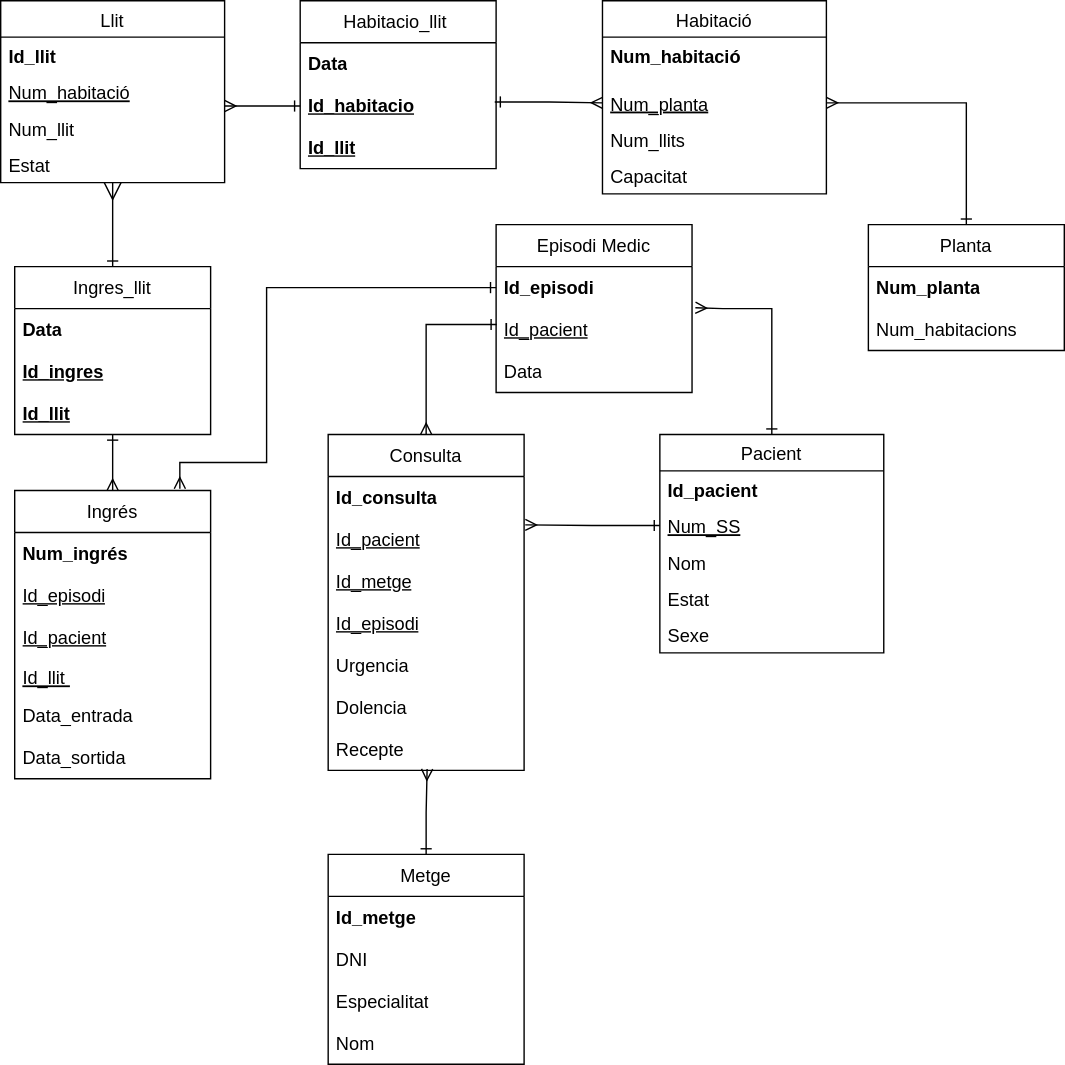
The draw.io diagram BBDD/Schema/DreamTeamHospitalBBDD.drawio.svg in Kumigaoo/VitalTech_App, before a commit. Source tidied: cells renumbered, new cells last; positions are measured from the earlier drawing's top-left corner, leaving out a move shared by most shapes.
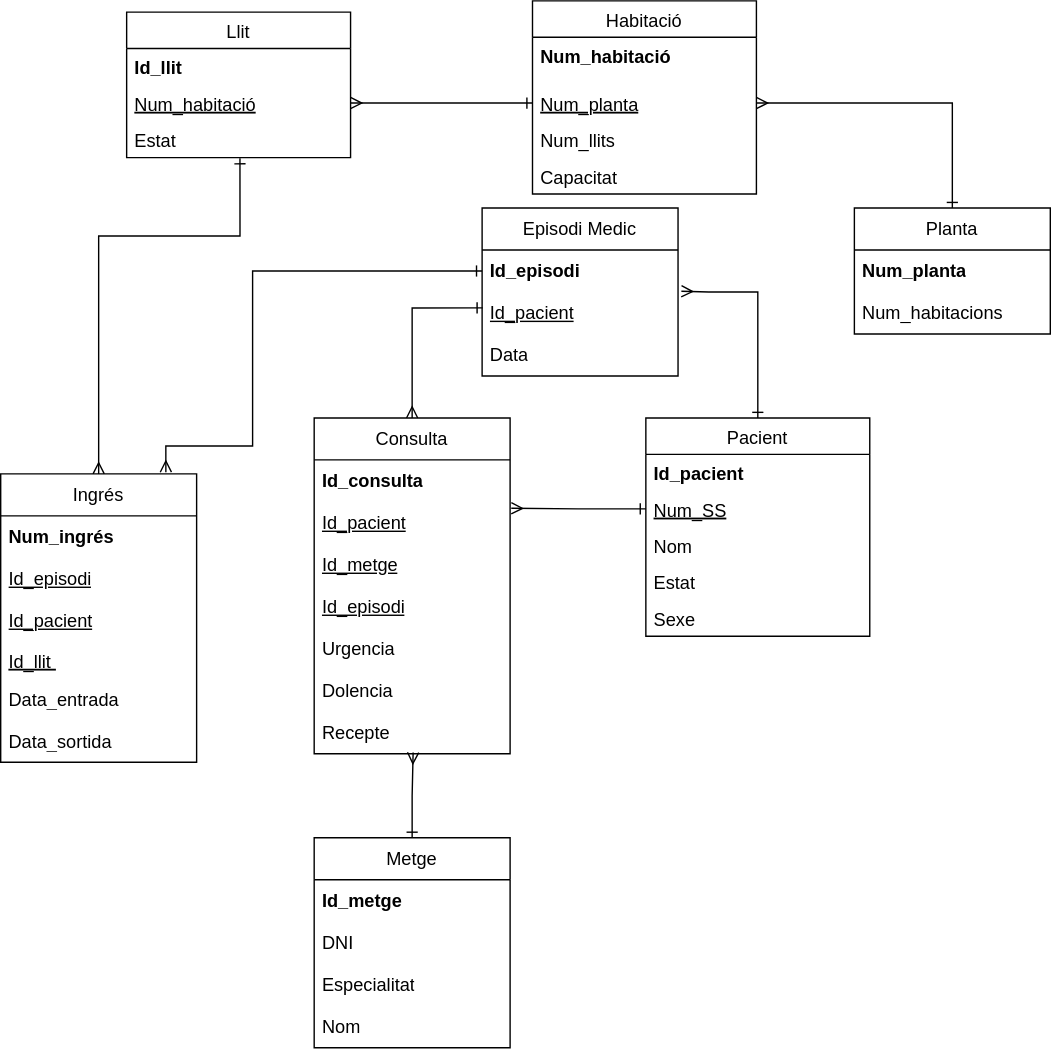
Above is the later version.

Commit message:
Actualización esquema BD 2

Change to the diagram source:
```diff
@@ -3,7 +3,7 @@
     <mxCell id="0" />
     <mxCell id="1" parent="0" />
     <mxCell id="2" value="Llit" style="swimlane;fontStyle=0;align=center;verticalAlign=top;horizontal=1;startSize=26;rounded=0;shadow=0;strokeWidth=1;fontSize=13;" parent="1" vertex="1">
-      <mxGeometry width="160" height="130" as="geometry" />
+      <mxGeometry x="100" y="20" width="160" height="104" as="geometry" />
     </mxCell>
     <mxCell id="3" value="Id_llit" style="text;align=left;verticalAlign=top;spacingLeft=4;spacingRight=4;overflow=hidden;fontStyle=1;fontSize=13;" parent="2" vertex="1">
       <mxGeometry y="26" width="160" height="26" as="geometry" />
@@ -11,11 +11,8 @@
     <mxCell id="4" value="Num_habitació" style="text;align=left;verticalAlign=top;spacingLeft=4;spacingRight=4;overflow=hidden;points=[[0,0.5],[1,0.5]];portConstraint=eastwest;rounded=0;shadow=0;html=0;fontStyle=4;labelBorderColor=none;fontSize=13;" parent="2" vertex="1">
       <mxGeometry y="52" width="160" height="26" as="geometry" />
     </mxCell>
-    <mxCell id="5" value="Num_llit" style="text;align=left;verticalAlign=top;spacingLeft=4;spacingRight=4;overflow=hidden;rounded=0;shadow=0;html=0;fontStyle=0;labelBorderColor=none;fontSize=13;" parent="2" vertex="1">
-      <mxGeometry y="78" width="160" height="26" as="geometry" />
-    </mxCell>
     <mxCell id="6" value="Estat" style="text;align=left;verticalAlign=top;spacingLeft=4;spacingRight=4;overflow=hidden;points=[[0,0.5],[1,0.5]];portConstraint=eastwest;rounded=0;shadow=0;html=0;fontStyle=0;labelBorderColor=none;fontSize=13;" parent="2" vertex="1">
-      <mxGeometry y="104" width="160" height="26" as="geometry" />
+      <mxGeometry y="78" width="160" height="26" as="geometry" />
     </mxCell>
     <mxCell id="7" style="edgeStyle=orthogonalEdgeStyle;rounded=0;jettySize=auto;html=1;startArrow=ERone;startFill=0;endArrow=ERmany;endFill=0;entryX=1.006;entryY=0.152;entryDx=0;entryDy=0;fontStyle=0;fontSize=13;entryPerimeter=0;" parent="1" edge="1" source="10" target="41">
       <mxGeometry relative="1" as="geometry" />
@@ -38,17 +35,8 @@
     <mxCell id="13" value="Sexe" style="text;align=left;verticalAlign=top;spacingLeft=4;spacingRight=4;overflow=hidden;fontStyle=0;fontSize=13;" parent="8" vertex="1">
       <mxGeometry y="130" width="160" height="26" as="geometry" />
     </mxCell>
-    <mxCell id="14" style="endArrow=ERmany;endSize=10;endFill=0;shadow=0;strokeWidth=1;rounded=0;curved=0;edgeStyle=elbowEdgeStyle;elbow=vertical;startArrow=ERone;startFill=0;fontStyle=0;exitX=0.5;exitY=0;exitDx=0;exitDy=0;fontSize=13;" parent="1" edge="1" source="54" target="2">
-      <mxGeometry relative="1" as="geometry">
-        <Array as="points">
-          <mxPoint x="80" y="170" />
-          <mxPoint x="84" y="340" />
-          <mxPoint x="144" y="410" />
-        </Array>
-      </mxGeometry>
-    </mxCell>
     <mxCell id="15" value="Habitació" style="swimlane;fontStyle=0;align=center;verticalAlign=top;horizontal=1;startSize=26;rounded=0;shadow=0;strokeWidth=1;fontSize=13;" parent="1" vertex="1">
-      <mxGeometry x="430" width="160" height="138" as="geometry" />
+      <mxGeometry x="390" y="12" width="160" height="138" as="geometry" />
     </mxCell>
     <mxCell id="16" value="Num_habitació" style="text;align=left;verticalAlign=top;spacingLeft=4;spacingRight=4;overflow=hidden;rounded=0;shadow=0;html=0;fontStyle=1;fontSize=13;" parent="15" vertex="1">
       <mxGeometry y="26" width="160" height="34" as="geometry" />
@@ -62,11 +50,6 @@
     <mxCell id="19" value="Capacitat" style="text;align=left;verticalAlign=top;spacingLeft=4;spacingRight=4;overflow=hidden;rounded=0;shadow=0;html=0;fontStyle=0;fontSize=13;" parent="15" vertex="1">
       <mxGeometry y="112" width="160" height="26" as="geometry" />
     </mxCell>
-    <mxCell id="20" style="endArrow=ERone;shadow=0;strokeWidth=1;rounded=0;curved=0;endFill=0;edgeStyle=elbowEdgeStyle;elbow=vertical;startArrow=ERmany;startFill=0;fontStyle=0;entryX=0;entryY=0.5;entryDx=0;entryDy=0;fontSize=13;" parent="1" edge="1" source="2" target="60">
-      <mxGeometry x="0.5" y="41" relative="1" as="geometry">
-        <mxPoint x="-40" y="32" as="offset" />
-      </mxGeometry>
-    </mxCell>
     <mxCell id="21" value="Metge" style="swimlane;fontStyle=0;horizontal=1;startSize=30;whiteSpace=wrap;html=1;fontSize=13;" parent="1" vertex="1">
       <mxGeometry x="234" y="610" width="140" height="150" as="geometry" />
     </mxCell>
@@ -82,9 +65,12 @@
     <mxCell id="25" value="Nom" style="text;strokeColor=none;fillColor=none;align=left;verticalAlign=middle;spacingLeft=4;spacingRight=4;overflow=hidden;whiteSpace=wrap;html=1;fontStyle=0;fontSize=13;" parent="21" vertex="1">
       <mxGeometry y="120" width="140" height="30" as="geometry" />
     </mxCell>
-    <mxCell id="26" style="edgeStyle=orthogonalEdgeStyle;rounded=0;jettySize=auto;html=1;exitX=0.5;exitY=0;exitDx=0;exitDy=0;startArrow=ERmany;startFill=0;endArrow=ERone;endFill=0;fontSize=13;fontStyle=0;" parent="1" edge="1" source="27">
+    <mxCell id="26" style="edgeStyle=orthogonalEdgeStyle;rounded=0;jettySize=auto;html=1;exitX=0.5;exitY=0;exitDx=0;exitDy=0;startArrow=ERmany;startFill=0;endArrow=ERone;endFill=0;fontSize=13;fontStyle=0;entryX=0.506;entryY=1.016;entryDx=0;entryDy=0;entryPerimeter=0;" parent="1" edge="1" source="27" target="6">
       <mxGeometry relative="1" as="geometry">
-        <mxPoint x="80" y="310" as="targetPoint" />
+        <Array as="points">
+          <mxPoint x="80" y="180" />
+          <mxPoint x="181" y="180" />
+        </Array>
       </mxGeometry>
     </mxCell>
     <mxCell id="27" value="Ingrés" style="swimlane;fontStyle=0;horizontal=1;startSize=30;whiteSpace=wrap;html=1;fontSize=13;" parent="1" vertex="1">
@@ -183,32 +169,8 @@
         </Array>
       </mxGeometry>
     </mxCell>
-    <mxCell id="54" value="Ingres_llit" style="swimlane;fontStyle=0;horizontal=1;startSize=30;whiteSpace=wrap;html=1;fontSize=13;" parent="1" vertex="1">
-      <mxGeometry x="10" y="190" width="140" height="120" as="geometry" />
-    </mxCell>
-    <mxCell id="55" value="&lt;span class=&quot;ui-provider a b c d e f g h i j k l m n o p q r s t u v w x y z ab ac ae af ag ah ai aj ak&quot; dir=&quot;ltr&quot; style=&quot;font-size: 13px;&quot;&gt;&lt;strong style=&quot;font-size: 13px;&quot;&gt;Data&lt;/strong&gt;&lt;/span&gt;" style="text;strokeColor=none;fillColor=none;align=left;verticalAlign=middle;spacingLeft=4;spacingRight=4;overflow=hidden;whiteSpace=wrap;html=1;fontStyle=0;fontSize=13;" parent="54" vertex="1">
-      <mxGeometry y="30" width="140" height="30" as="geometry" />
-    </mxCell>
-    <mxCell id="56" value="&lt;strong style=&quot;font-size: 13px;&quot;&gt;&lt;u style=&quot;font-size: 13px;&quot;&gt;Id_ingres&lt;/u&gt;&lt;/strong&gt;" style="text;strokeColor=none;fillColor=none;align=left;verticalAlign=middle;spacingLeft=4;spacingRight=4;overflow=hidden;whiteSpace=wrap;html=1;fontStyle=0;fontSize=13;" parent="54" vertex="1">
-      <mxGeometry y="60" width="140" height="30" as="geometry" />
-    </mxCell>
-    <mxCell id="57" value="&lt;strong style=&quot;font-size: 13px;&quot;&gt;&lt;u style=&quot;font-size: 13px;&quot;&gt;Id_llit&lt;/u&gt;&lt;/strong&gt;" style="text;strokeColor=none;fillColor=none;align=left;verticalAlign=middle;spacingLeft=4;spacingRight=4;overflow=hidden;whiteSpace=wrap;html=1;fontStyle=0;fontSize=13;" parent="54" vertex="1">
-      <mxGeometry y="90" width="140" height="30" as="geometry" />
-    </mxCell>
-    <mxCell id="58" value="&lt;span class=&quot;ui-provider a b c d e f g h i j k l m n o p q r s t u v w x y z ab ac ae af ag ah ai aj ak&quot; dir=&quot;ltr&quot; style=&quot;font-size: 13px;&quot;&gt;Habitacio_llit&amp;nbsp;&lt;/span&gt;" style="swimlane;fontStyle=0;horizontal=1;startSize=30;whiteSpace=wrap;html=1;fontSize=13;" parent="1" vertex="1">
-      <mxGeometry x="214" width="140" height="120" as="geometry" />
-    </mxCell>
-    <mxCell id="59" value="&lt;span class=&quot;ui-provider a b c d e f g h i j k l m n o p q r s t u v w x y z ab ac ae af ag ah ai aj ak&quot; dir=&quot;ltr&quot; style=&quot;font-size: 13px;&quot;&gt;&lt;strong style=&quot;font-size: 13px;&quot;&gt;Data&lt;/strong&gt;&lt;/span&gt;" style="text;strokeColor=none;fillColor=none;align=left;verticalAlign=middle;spacingLeft=4;spacingRight=4;overflow=hidden;whiteSpace=wrap;html=1;fontStyle=0;fontSize=13;" parent="58" vertex="1">
-      <mxGeometry y="30" width="140" height="30" as="geometry" />
-    </mxCell>
-    <mxCell id="60" value="&lt;span dir=&quot;ltr&quot; class=&quot;ui-provider a b c d e f g h i j k l m n o p q r s t u v w x y z ab ac ae af ag ah ai aj ak&quot; style=&quot;font-size: 13px;&quot;&gt;&lt;strong style=&quot;font-size: 13px;&quot;&gt;Id_habitacio&lt;/strong&gt;&lt;/span&gt;" style="text;strokeColor=none;fillColor=none;align=left;verticalAlign=middle;spacingLeft=4;spacingRight=4;overflow=hidden;points=[[0,0.5],[1,0.5]];portConstraint=eastwest;whiteSpace=wrap;html=1;fontStyle=4;fontSize=13;" parent="58" vertex="1">
-      <mxGeometry y="60" width="140" height="30" as="geometry" />
-    </mxCell>
-    <mxCell id="61" value="&lt;strong style=&quot;font-size: 13px;&quot;&gt;&lt;u style=&quot;font-size: 13px;&quot;&gt;Id_llit&lt;/u&gt;&lt;/strong&gt;" style="text;strokeColor=none;fillColor=none;align=left;verticalAlign=middle;spacingLeft=4;spacingRight=4;overflow=hidden;whiteSpace=wrap;html=1;fontStyle=0;fontSize=13;" parent="58" vertex="1">
-      <mxGeometry y="90" width="140" height="30" as="geometry" />
-    </mxCell>
-    <mxCell id="62" style="edgeStyle=orthogonalEdgeStyle;rounded=0;jettySize=auto;html=1;exitX=0.993;exitY=0.412;exitDx=0;exitDy=0;entryX=0;entryY=0.5;entryDx=0;entryDy=0;endArrow=ERmany;endFill=0;startArrow=ERone;startFill=0;fontSize=13;exitPerimeter=0;fontStyle=0;" parent="1" edge="1" source="60" target="17">
-      <mxGeometry relative="1" as="geometry" />
-    </mxCell>
+    <mxCell id="63" style="edgeStyle=orthogonalEdgeStyle;rounded=0;jettySize=auto;html=1;endArrow=ERmany;endFill=0;startArrow=ERone;startFill=0;" parent="1" edge="1" source="17" target="4">
+      <mxGeometry relative="1" as="geometry" />
+    </mxCell>
   </root>
 </mxGraphModel>
```
